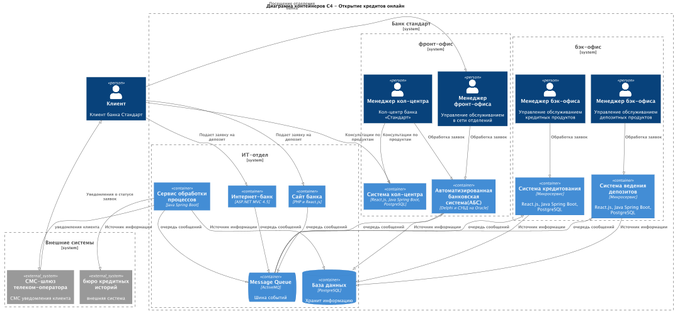
This is Task5/container_diagram_solution.png from vaszol/architecture-pro-standart, a PlantUML export, as it was before one commit.
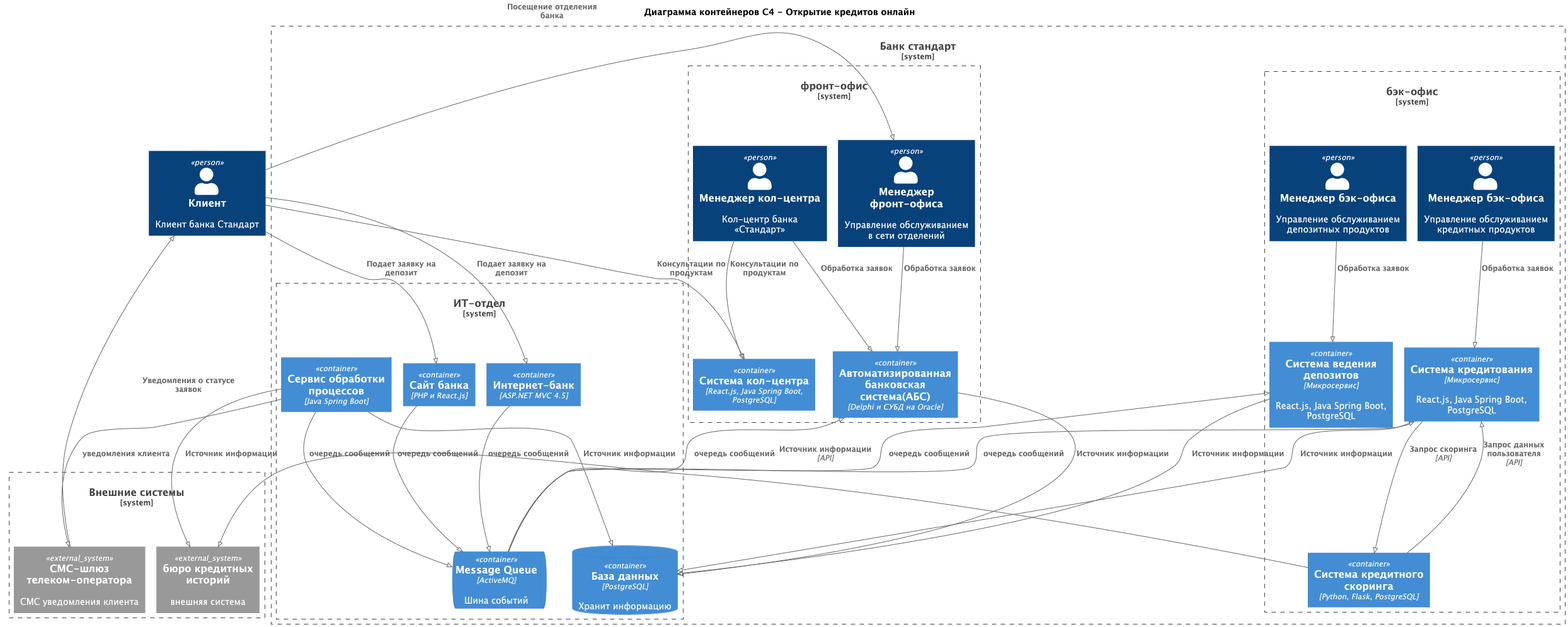
After the change.

The edit, as a diff of the source:
```diff
@@ -25,6 +25,7 @@
 
         Container(deposit_system, "Система ведения депозитов", "Микросервис", "React.js, Java Spring Boot, PostgreSQL")
         Container(credit_system, "Система кредитования", "Микросервис", "React.js, Java Spring Boot, PostgreSQL")
+        Container(credit_score, "Система кредитного скоринга", "Python, Flask, PostgreSQL")
     }
     System_Boundary(it_service, "ИТ-отдел"){
         Container(standart_site, "Сайт банка", "PHP и React.js")
@@ -62,6 +63,10 @@
 Rel(call_center_manager, ABS, "Обработка заявок")
 Rel(call_center_manager, call_system, "Консультации по продуктам")
 
+Rel(credit_system, credit_score, "Запрос скоринга", "API")
+Rel(credit_score, credit_system, "Запрос данных пользователя", "API")
+Rel(credit_score, buro_credit_history, "Источник информации", "API")
+
 Rel(service_system, buro_credit_history, "Источник информации")
 Rel(service_system, sms_gateway, "уведомления клиента")
 
```
